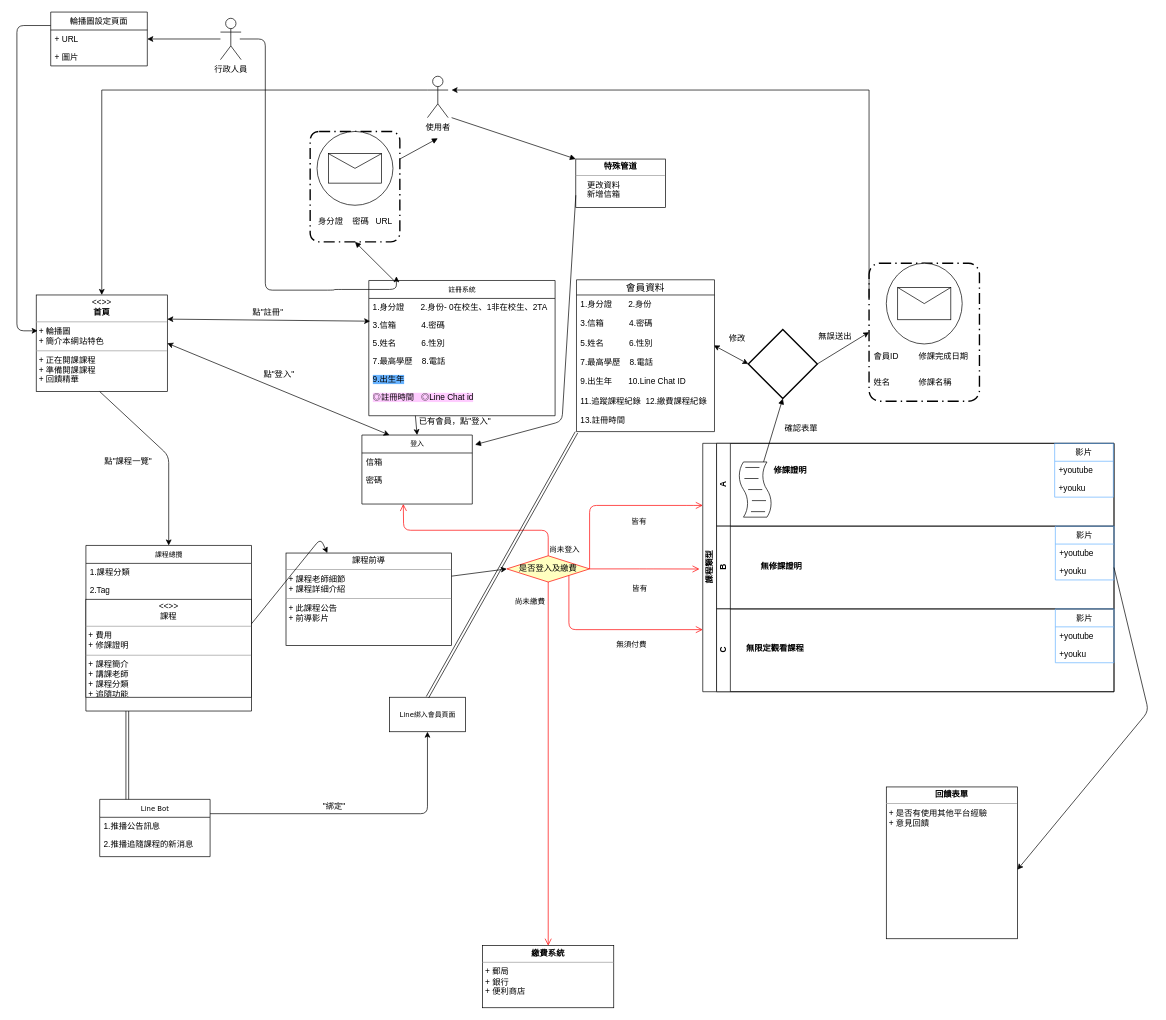
bloodangle/fisrt keeps this draw.io diagram as nthu_cloud.drawio. Above is the earlier version. Source tidied: cells renumbered, new cells numbered last; positions are measured from the earlier drawing's top-left corner, leaving out a move shared by most shapes. Both pictures are drawn from the tidied source at 69%, with x=0, y=0 at pixel (17, 12).
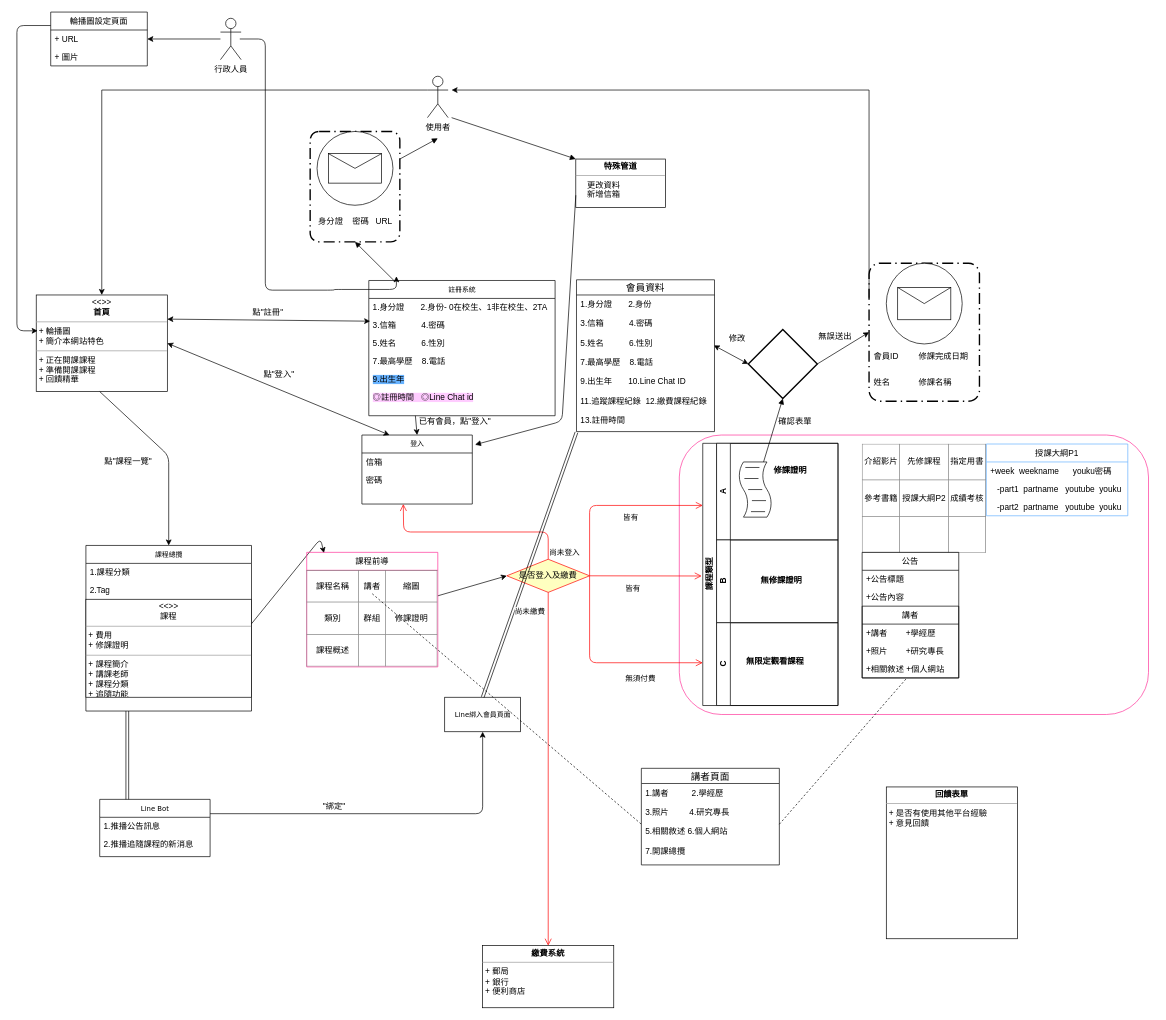
The same page after the edit.

Unchanged cells that the change refers to:
```xml
<mxCell id="7" value="&lt;p style=&quot;margin: 0px ; margin-top: 4px ; text-align: center&quot;&gt;&lt;i&gt;&amp;lt;&amp;lt;&amp;gt;&amp;gt;&lt;/i&gt;&lt;br&gt;課程&lt;/p&gt;&lt;hr size=&quot;1&quot;&gt;&lt;p style=&quot;margin: 0px ; margin-left: 4px&quot;&gt;+ 費用&lt;br&gt;+ 修課證明&lt;/p&gt;&lt;hr size=&quot;1&quot;&gt;&lt;p style=&quot;margin: 0px ; margin-left: 4px&quot;&gt;+ 課程簡介&lt;br&gt;+ 講課老師&lt;/p&gt;&lt;p style=&quot;margin: 0px ; margin-left: 4px&quot;&gt;+ 課程分類&lt;/p&gt;&lt;p style=&quot;margin: 0px ; margin-left: 4px&quot;&gt;+ 追隨功能&lt;/p&gt;" style="verticalAlign=top;align=left;overflow=fill;fontSize=12;fontFamily=Helvetica;html=1;rounded=0;shadow=0;comic=0;labelBackgroundColor=none;strokeColor=#000000;strokeWidth=1;fillColor=#ffffff;" parent="4" vertex="1">
  <mxGeometry y="78" width="240" height="142" as="geometry" />
</mxCell>
<mxCell id="16" value="&lt;p style=&quot;margin: 0px ; margin-top: 4px ; text-align: center&quot;&gt;&lt;b&gt;回饋表單&lt;/b&gt;&lt;/p&gt;&lt;hr size=&quot;1&quot;&gt;&lt;p style=&quot;margin: 0px ; margin-left: 4px&quot;&gt;+ 是否有使用其他平台經驗&lt;br&gt;+ 意見回饋&lt;/p&gt;" style="verticalAlign=top;align=left;overflow=fill;fontSize=12;fontFamily=Helvetica;html=1;rounded=0;shadow=0;comic=0;labelBackgroundColor=none;strokeColor=#000000;strokeWidth=1;fillColor=#ffffff;" parent="1" vertex="1">
  <mxGeometry x="1260" y="1123" width="190" height="220" as="geometry" />
</mxCell>
```

Diff of the diagram source:
```diff
@@
+    <mxCell id="95" style="rounded=1;whiteSpace=wrap;html=1;strokeColor=#FF3399;fillColor=#FFFFFF;" parent="1" vertex="1">
+      <mxGeometry x="960" y="613" width="680" height="405" as="geometry" />
+    </mxCell>
@@
-    <mxCell id="14" value="&lt;p style=&quot;margin: 0px ; margin-top: 4px ; text-align: center&quot;&gt;課程前導&lt;/p&gt;&lt;hr size=&quot;1&quot;&gt;&lt;p style=&quot;margin: 0px ; margin-left: 4px&quot;&gt;+ 課程老師細節&lt;br&gt;+ 課程詳細介紹&lt;/p&gt;&lt;hr size=&quot;1&quot;&gt;&lt;p style=&quot;margin: 0px ; margin-left: 4px&quot;&gt;+ 此課程公告&lt;br&gt;+ 前導影片&lt;/p&gt;" style="verticalAlign=top;align=left;overflow=fill;fontSize=12;fontFamily=Helvetica;html=1;rounded=0;shadow=0;comic=0;labelBackgroundColor=none;strokeColor=#000000;strokeWidth=1;fillColor=#ffffff;" parent="1" vertex="1">
-      <mxGeometry x="390" y="784" width="240" height="134" as="geometry" />
-    </mxCell>
     <mxCell id="15" value="Line綁入會員頁面&lt;br&gt;" style="html=1;rounded=0;shadow=0;comic=0;labelBackgroundColor=none;strokeColor=#000000;strokeWidth=1;fillColor=#ffffff;fontFamily=Verdana;fontSize=10;fontColor=#000000;align=center;" parent="1" vertex="1">
-      <mxGeometry x="540" y="993" width="110" height="50" as="geometry" />
+      <mxGeometry x="620" y="993" width="110" height="50" as="geometry" />
     </mxCell>
@@
     <mxCell id="33" value="課程類型&lt;br&gt;" style="swimlane;html=1;horizontal=0;startSize=20;" parent="1" vertex="1">
-      <mxGeometry x="994" y="625" width="596" height="360" as="geometry" />
+      <mxGeometry x="994" y="625" width="196" height="380" as="geometry" />
     </mxCell>
     <mxCell id="34" value="A" style="swimlane;html=1;startSize=20;horizontal=0;" parent="33" vertex="1">
-      <mxGeometry x="20" width="576" height="120" as="geometry" />
+      <mxGeometry x="20" width="176" height="140" as="geometry" />
     </mxCell>
@@
-    <mxCell id="37" value="影片" style="swimlane;fontStyle=0;horizontal=1;startSize=26;fillColor=none;strokeColor=#66B2FF;" parent="34" vertex="1">
-      <mxGeometry x="490" width="85" height="78" as="geometry" />
-    </mxCell>
-    <mxCell id="38" value="+youtube" style="text;strokeColor=none;fillColor=none;align=left;verticalAlign=top;spacingLeft=4;spacingRight=4;overflow=hidden;" parent="37" vertex="1">
-      <mxGeometry y="26" width="85" height="26" as="geometry" />
-    </mxCell>
-    <mxCell id="39" value="+youku" style="text;strokeColor=none;fillColor=none;align=left;verticalAlign=top;spacingLeft=4;spacingRight=4;overflow=hidden;" parent="37" vertex="1">
-      <mxGeometry y="52" width="85" height="26" as="geometry" />
-    </mxCell>
     <mxCell id="40" value="B&lt;br&gt;" style="swimlane;html=1;startSize=20;horizontal=0;" parent="33" vertex="1">
-      <mxGeometry x="20" y="120" width="576" height="120" as="geometry" />
+      <mxGeometry x="20" y="140" width="176" height="120" as="geometry" />
     </mxCell>
@@
-    <mxCell id="42" value="影片" style="swimlane;fontStyle=0;horizontal=1;startSize=26;fillColor=none;strokeColor=#66B2FF;" parent="40" vertex="1">
-      <mxGeometry x="491" width="85" height="78" as="geometry" />
-    </mxCell>
-    <mxCell id="43" value="+youtube" style="text;strokeColor=none;fillColor=none;align=left;verticalAlign=top;spacingLeft=4;spacingRight=4;overflow=hidden;" parent="42" vertex="1">
-      <mxGeometry y="26" width="85" height="26" as="geometry" />
-    </mxCell>
-    <mxCell id="44" value="+youku" style="text;strokeColor=none;fillColor=none;align=left;verticalAlign=top;spacingLeft=4;spacingRight=4;overflow=hidden;" parent="42" vertex="1">
-      <mxGeometry y="52" width="85" height="26" as="geometry" />
-    </mxCell>
     <mxCell id="45" value="C&lt;br&gt;" style="swimlane;html=1;startSize=20;horizontal=0;" parent="33" vertex="1">
-      <mxGeometry x="20" y="240" width="576" height="120" as="geometry" />
+      <mxGeometry x="20" y="260" width="176" height="120" as="geometry" />
     </mxCell>
@@
-    <mxCell id="47" value="影片" style="swimlane;fontStyle=0;horizontal=1;startSize=26;fillColor=none;strokeColor=#66B2FF;" parent="45" vertex="1">
-      <mxGeometry x="491" width="85" height="78" as="geometry" />
-    </mxCell>
-    <mxCell id="48" value="+youtube" style="text;strokeColor=none;fillColor=none;align=left;verticalAlign=top;spacingLeft=4;spacingRight=4;overflow=hidden;" parent="47" vertex="1">
-      <mxGeometry y="26" width="85" height="26" as="geometry" />
-    </mxCell>
-    <mxCell id="49" value="+youku" style="text;strokeColor=none;fillColor=none;align=left;verticalAlign=top;spacingLeft=4;spacingRight=4;overflow=hidden;" parent="47" vertex="1">
-      <mxGeometry y="52" width="85" height="26" as="geometry" />
-    </mxCell>
     <mxCell id="50" value="是否登入及繳費" style="rhombus;whiteSpace=wrap;html=1;fillColor=#ffffc0;strokeColor=#ff0000;" parent="1" vertex="1">
-      <mxGeometry x="710" y="788" width="120" height="38" as="geometry" />
+      <mxGeometry x="710" y="793" width="120" height="48" as="geometry" />
     </mxCell>
@@
-    <mxCell id="52" value="皆有" style="edgeStyle=orthogonalEdgeStyle;html=1;align=left;verticalAlign=top;endArrow=open;endSize=8;strokeColor=#ff0000;entryX=-0.008;entryY=0.506;entryDx=0;entryDy=0;entryPerimeter=0;" parent="1" edge="1" source="50" target="33">
-      <mxGeometry x="-0.25" y="-16" relative="1" as="geometry" />
+    <mxCell id="52" value="皆有" style="edgeStyle=orthogonalEdgeStyle;html=1;align=left;verticalAlign=top;endArrow=open;endSize=8;strokeColor=#ff0000;entryX=-0.008;entryY=0.506;entryDx=0;entryDy=0;entryPerimeter=0;exitX=1;exitY=0.5;exitDx=0;exitDy=0;" parent="1" edge="1" source="50" target="33">
+      <mxGeometry x="-0.38" y="-6" relative="1" as="geometry">
+        <Array as="points">
+          <mxPoint x="830" y="817" />
+        </Array>
+      </mxGeometry>
     </mxCell>
-    <mxCell id="53" style="endArrow=classic;html=1;entryX=0.25;entryY=0;entryDx=0;entryDy=0;exitX=1;exitY=0.25;exitDx=0;exitDy=0;" parent="1" edge="1" source="7" target="14">
+    <mxCell id="53" style="endArrow=classic;html=1;entryX=0.25;entryY=0;entryDx=0;entryDy=0;exitX=1;exitY=0.25;exitDx=0;exitDy=0;" parent="1" edge="1" source="7">
       <mxGeometry relative="1" as="geometry">
+        <mxPoint x="445" y="784" as="targetPoint" />
         <Array as="points">
           <mxPoint x="440" y="763" />
         </Array>
       </mxGeometry>
     </mxCell>
@@
-    <mxCell id="58" style="endArrow=classic;html=1;entryX=1;entryY=0.545;entryDx=0;entryDy=0;entryPerimeter=0;exitX=1;exitY=0.5;exitDx=0;exitDy=0;" parent="1" edge="1" source="40" target="16">
-      <mxGeometry relative="1" as="geometry">
-        <Array as="points">
-          <mxPoint x="1640" y="1013" />
-        </Array>
-      </mxGeometry>
-    </mxCell>
-    <mxCell id="59" style="endArrow=classic;html=1;exitX=1;exitY=0.25;exitDx=0;exitDy=0;entryX=0;entryY=0.5;entryDx=0;entryDy=0;" parent="1" edge="1" source="14" target="50">
-      <mxGeometry relative="1" as="geometry" />
+    <mxCell id="59" style="endArrow=classic;html=1;exitX=1;exitY=0.25;exitDx=0;exitDy=0;entryX=0;entryY=0.5;entryDx=0;entryDy=0;" parent="1" edge="1" target="50">
+      <mxGeometry relative="1" as="geometry">
+        <mxPoint x="610" y="846" as="sourcePoint" />
+      </mxGeometry>
     </mxCell>
@@
-    <mxCell id="67" value="無須付費" style="edgeStyle=orthogonalEdgeStyle;html=1;align=left;verticalAlign=top;endArrow=open;endSize=8;strokeColor=#ff0000;exitX=1;exitY=1;exitDx=0;exitDy=0;entryX=0;entryY=0.75;entryDx=0;entryDy=0;" parent="1" edge="1" source="50" target="33">
-      <mxGeometry x="-0.01" y="13" relative="1" as="geometry">
+    <mxCell id="67" value="無須付費" style="edgeStyle=orthogonalEdgeStyle;html=1;align=left;verticalAlign=top;endArrow=open;endSize=8;strokeColor=#ff0000;exitX=1;exitY=0.5;exitDx=0;exitDy=0;" parent="1" edge="1" source="50" target="33">
+      <mxGeometry x="-0.13" y="51" relative="1" as="geometry">
         <Array as="points">
-          <mxPoint x="800" y="895" />
+          <mxPoint x="830" y="943" />
         </Array>
-        <mxPoint x="10" y="21" as="offset" />
+        <mxPoint x="50" y="61" as="offset" />
       </mxGeometry>
     </mxCell>
-    <mxCell id="68" value="皆有" style="edgeStyle=orthogonalEdgeStyle;html=1;align=left;verticalAlign=top;endArrow=open;endSize=8;strokeColor=#ff0000;entryX=0;entryY=0.25;entryDx=0;entryDy=0;exitX=1;exitY=0.5;exitDx=0;exitDy=0;" parent="1" edge="1" source="50" target="33">
-      <mxGeometry x="0.18" y="-10" relative="1" as="geometry">
+    <mxCell id="68" value="皆有" style="edgeStyle=orthogonalEdgeStyle;html=1;align=left;verticalAlign=top;endArrow=open;endSize=8;strokeColor=#ff0000;exitX=1;exitY=0.5;exitDx=0;exitDy=0;" parent="1" edge="1" source="50">
+      <mxGeometry x="0.12" y="-5" relative="1" as="geometry">
+        <mxPoint x="994" y="715" as="targetPoint" />
         <Array as="points">
           <mxPoint x="830" y="715" />
-          <mxPoint x="971" y="715" />
+          <mxPoint x="994" y="715" />
         </Array>
       </mxGeometry>
     </mxCell>
@@
     <mxCell id="70" value="確認表單" style="text;html=1;align=left;verticalAlign=top;spacingTop=-4;" parent="1" vertex="1">
-      <mxGeometry x="1111" y="593" width="60" height="20" as="geometry" />
+      <mxGeometry x="1102" y="583" width="60" height="20" as="geometry" />
     </mxCell>
@@
+    <mxCell id="96" value="&lt;table border=&quot;1&quot; width=&quot;100%&quot; style=&quot;width: 100% ; height: 100% ; border-collapse: collapse&quot;&gt;&lt;tbody&gt;&lt;tr&gt;&lt;td align=&quot;center&quot;&gt;介紹影片&lt;/td&gt;&lt;td align=&quot;center&quot;&gt;先修課程&lt;/td&gt;&lt;td align=&quot;center&quot;&gt;指定用書&lt;/td&gt;&lt;/tr&gt;&lt;tr&gt;&lt;td align=&quot;center&quot;&gt;參考書籍&lt;/td&gt;&lt;td align=&quot;center&quot;&gt;授課大綱P2&lt;/td&gt;&lt;td align=&quot;center&quot;&gt;成績考核&lt;/td&gt;&lt;/tr&gt;&lt;tr&gt;&lt;td align=&quot;center&quot;&gt;&lt;br&gt;&lt;/td&gt;&lt;td align=&quot;center&quot;&gt;&lt;br&gt;&lt;/td&gt;&lt;td align=&quot;center&quot;&gt;&lt;br&gt;&lt;/td&gt;&lt;/tr&gt;&lt;/tbody&gt;&lt;/table&gt;" style="text;html=1;strokeColor=none;fillColor=none;overflow=fill;" parent="1" vertex="1">
+      <mxGeometry x="1225" y="626" width="180" height="158" as="geometry" />
+    </mxCell>
+    <mxCell id="97" value="公告" style="swimlane;fontStyle=0;horizontal=1;startSize=26;fillColor=none;strokeColor=#000000;" parent="1" vertex="1">
+      <mxGeometry x="1225" y="783" width="140" height="182" as="geometry" />
+    </mxCell>
+    <mxCell id="98" value="+公告標題" style="text;strokeColor=none;fillColor=none;align=left;verticalAlign=top;spacingLeft=4;spacingRight=4;overflow=hidden;" parent="97" vertex="1">
+      <mxGeometry y="26" width="140" height="26" as="geometry" />
+    </mxCell>
+    <mxCell id="99" value="+公告內容" style="text;strokeColor=none;fillColor=none;align=left;verticalAlign=top;spacingLeft=4;spacingRight=4;overflow=hidden;" parent="97" vertex="1">
+      <mxGeometry y="52" width="140" height="26" as="geometry" />
+    </mxCell>
+    <mxCell id="100" value="講者" style="swimlane;fontStyle=0;horizontal=1;startSize=26;fillColor=none;strokeColor=#000000;" parent="97" vertex="1">
+      <mxGeometry y="78" width="140" height="104" as="geometry" />
+    </mxCell>
+    <mxCell id="101" value="+講者        +學經歷" style="text;strokeColor=none;fillColor=none;align=left;verticalAlign=top;spacingLeft=4;spacingRight=4;overflow=hidden;" parent="100" vertex="1">
+      <mxGeometry y="26" width="140" height="26" as="geometry" />
+    </mxCell>
+    <mxCell id="102" value="+照片        +研究專長" style="text;strokeColor=none;fillColor=none;align=left;verticalAlign=top;spacingLeft=4;spacingRight=4;overflow=hidden;" parent="100" vertex="1">
+      <mxGeometry y="52" width="140" height="26" as="geometry" />
+    </mxCell>
+    <mxCell id="103" value="+相關敘述 +個人網站" style="text;strokeColor=none;fillColor=none;align=left;verticalAlign=top;spacingLeft=4;spacingRight=4;overflow=hidden;points=[[0,0.5],[1,0.5]];portConstraint=eastwest;" parent="100" vertex="1">
+      <mxGeometry y="78" width="140" height="26" as="geometry" />
+    </mxCell>
+    <mxCell id="104" value="授課大綱P1" style="swimlane;fontStyle=0;horizontal=1;startSize=26;fillColor=none;strokeColor=#66B2FF;" parent="1" vertex="1">
+      <mxGeometry x="1405" y="626" width="205" height="104" as="geometry" />
+    </mxCell>
+    <mxCell id="105" value="+week  weekname      youku密碼" style="text;strokeColor=none;fillColor=none;align=left;verticalAlign=top;spacingLeft=4;spacingRight=4;overflow=hidden;" parent="104" vertex="1">
+      <mxGeometry y="26" width="205" height="26" as="geometry" />
+    </mxCell>
+    <mxCell id="106" value="   -part1  partname   youtube  youku" style="text;strokeColor=none;fillColor=none;align=left;verticalAlign=top;spacingLeft=4;spacingRight=4;overflow=hidden;" parent="104" vertex="1">
+      <mxGeometry y="52" width="205" height="26" as="geometry" />
+    </mxCell>
+    <mxCell id="107" value="   -part2  partname   youtube  youku" style="text;strokeColor=none;fillColor=none;align=left;verticalAlign=top;spacingLeft=4;spacingRight=4;overflow=hidden;" parent="104" vertex="1">
+      <mxGeometry y="78" width="205" height="26" as="geometry" />
+    </mxCell>
+    <mxCell id="108" value="課程前導" style="swimlane;fontStyle=0;horizontal=1;startSize=26;fillColor=none;strokeColor=#FF3399;" parent="1" vertex="1">
+      <mxGeometry x="420" y="783" width="190" height="166" as="geometry" />
+    </mxCell>
+    <mxCell id="109" value="&lt;table border=&quot;1&quot; width=&quot;100%&quot; style=&quot;width: 100% ; height: 100% ; border-collapse: collapse&quot;&gt;&lt;tbody&gt;&lt;tr&gt;&lt;td align=&quot;center&quot;&gt;&lt;span style=&quot;background-color: rgb(255 , 255 , 255)&quot;&gt;課程名稱&lt;/span&gt;&lt;/td&gt;&lt;td align=&quot;center&quot;&gt;&lt;span style=&quot;background-color: rgb(255 , 255 , 255)&quot;&gt;講者&lt;/span&gt;&lt;/td&gt;&lt;td align=&quot;center&quot;&gt;&lt;span style=&quot;background-color: rgb(255 , 255 , 255)&quot;&gt;縮圖&lt;/span&gt;&lt;/td&gt;&lt;/tr&gt;&lt;tr&gt;&lt;td align=&quot;center&quot;&gt;&lt;span style=&quot;background-color: rgb(255 , 255 , 255)&quot;&gt;類別&lt;/span&gt;&lt;/td&gt;&lt;td align=&quot;center&quot;&gt;&lt;span style=&quot;background-color: rgb(255 , 255 , 255)&quot;&gt;群組&lt;/span&gt;&lt;/td&gt;&lt;td align=&quot;center&quot;&gt;&lt;span style=&quot;background-color: rgb(255 , 255 , 255)&quot;&gt;修課證明&lt;/span&gt;&lt;/td&gt;&lt;/tr&gt;&lt;tr&gt;&lt;td align=&quot;center&quot;&gt;&lt;span style=&quot;background-color: rgb(255 , 255 , 255)&quot;&gt;課程概述&lt;/span&gt;&lt;/td&gt;&lt;td align=&quot;center&quot;&gt;&lt;span style=&quot;background-color: rgb(255 , 255 , 255)&quot;&gt;&lt;br&gt;&lt;/span&gt;&lt;/td&gt;&lt;td align=&quot;center&quot;&gt;&lt;span style=&quot;background-color: rgb(51 , 255 , 51)&quot;&gt;&lt;br&gt;&lt;/span&gt;&lt;/td&gt;&lt;/tr&gt;&lt;/tbody&gt;&lt;/table&gt;" style="text;html=1;strokeColor=none;fillColor=none;overflow=fill;" parent="108" vertex="1">
+      <mxGeometry y="26" width="190" height="140" as="geometry" />
+    </mxCell>
+    <mxCell id="110" value="講者頁面" style="swimlane;fontStyle=0;horizontal=1;startSize=22;fillColor=none;swimlaneFillColor=#ffffff;align=center;fontSize=14;" parent="1" vertex="1">
+      <mxGeometry x="905" y="1096" width="200" height="140" as="geometry" />
+    </mxCell>
+    <mxCell id="111" value="1.講者          2.學經歷&#10;&#10;3.照片         4.研究專長&#10;&#10;5.相關敘述 6.個人網站&#10;&#10;7.開課總攬&#10;&#10;" style="text;strokeColor=none;fillColor=none;spacingLeft=4;spacingRight=4;overflow=hidden;points=[[0,0.5],[1,0.5]];portConstraint=eastwest;fontSize=12;" parent="110" vertex="1">
+      <mxGeometry y="22" width="200" height="118" as="geometry" />
+    </mxCell>
+    <mxCell id="112" style="endArrow=none;dashed=1;html=1;entryX=0;entryY=0.5;entryDx=0;entryDy=0;" parent="1" edge="1" target="111">
+      <mxGeometry relative="1" as="geometry">
+        <mxPoint x="515" y="843" as="sourcePoint" />
+      </mxGeometry>
+    </mxCell>
+    <mxCell id="113" style="endArrow=none;dashed=1;html=1;exitX=1;exitY=0.5;exitDx=0;exitDy=0;entryX=0.457;entryY=1.038;entryDx=0;entryDy=0;entryPerimeter=0;" parent="1" edge="1" source="111" target="103">
+      <mxGeometry relative="1" as="geometry" />
+    </mxCell>
```
